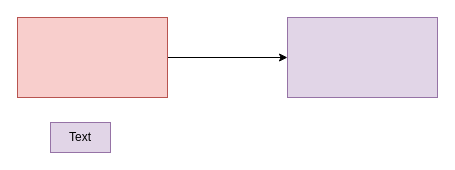
SujayParkhe/draw.io keeps this draw.io diagram as Untitled Diagram.drawio. Above is the earlier version. Source tidied: cells renumbered, new cells numbered last; positions are measured from the earlier drawing's top-left corner, leaving out a move shared by most shapes. Both pictures are drawn from the tidied source at 100%, with x=0, y=0 at pixel (17, 17).
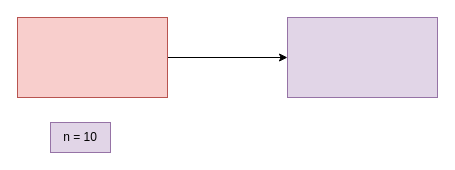
Above is the later version.

Commit message:
Big-O Notation

Diff of the diagram source:
```diff
@@
 <mxGraphModel>
   <root>
     <mxCell id="0" />
     <mxCell id="1" parent="0" />
     <mxCell id="2" style="edgeStyle=orthogonalEdgeStyle;rounded=0;jettySize=auto;html=1;exitX=1;exitY=0.5;exitDx=0;exitDy=0;entryX=0;entryY=0.5;entryDx=0;entryDy=0;" parent="1" edge="1" source="3" target="4">
       <mxGeometry relative="1" as="geometry" />
     </mxCell>
     <mxCell id="3" style="rounded=0;whiteSpace=wrap;html=1;fillColor=#f8cecc;strokeColor=#b85450;" parent="1" vertex="1">
       <mxGeometry width="150" height="80" as="geometry" />
     </mxCell>
     <mxCell id="4" style="rounded=0;whiteSpace=wrap;html=1;fillColor=#e1d5e7;strokeColor=#9673a6;" parent="1" vertex="1">
       <mxGeometry x="270" width="150" height="80" as="geometry" />
     </mxCell>
-    <mxCell id="5" value="Text" style="text;html=1;strokeColor=#9673a6;fillColor=#e1d5e7;align=center;verticalAlign=middle;whiteSpace=wrap;rounded=0;" parent="1" vertex="1">
+    <mxCell id="5" value="n = 10" style="text;html=1;strokeColor=#9673a6;fillColor=#e1d5e7;align=center;verticalAlign=middle;whiteSpace=wrap;rounded=0;" parent="1" vertex="1">
       <mxGeometry x="33" y="105" width="60" height="30" as="geometry" />
     </mxCell>
   </root>
 </mxGraphModel>
```
